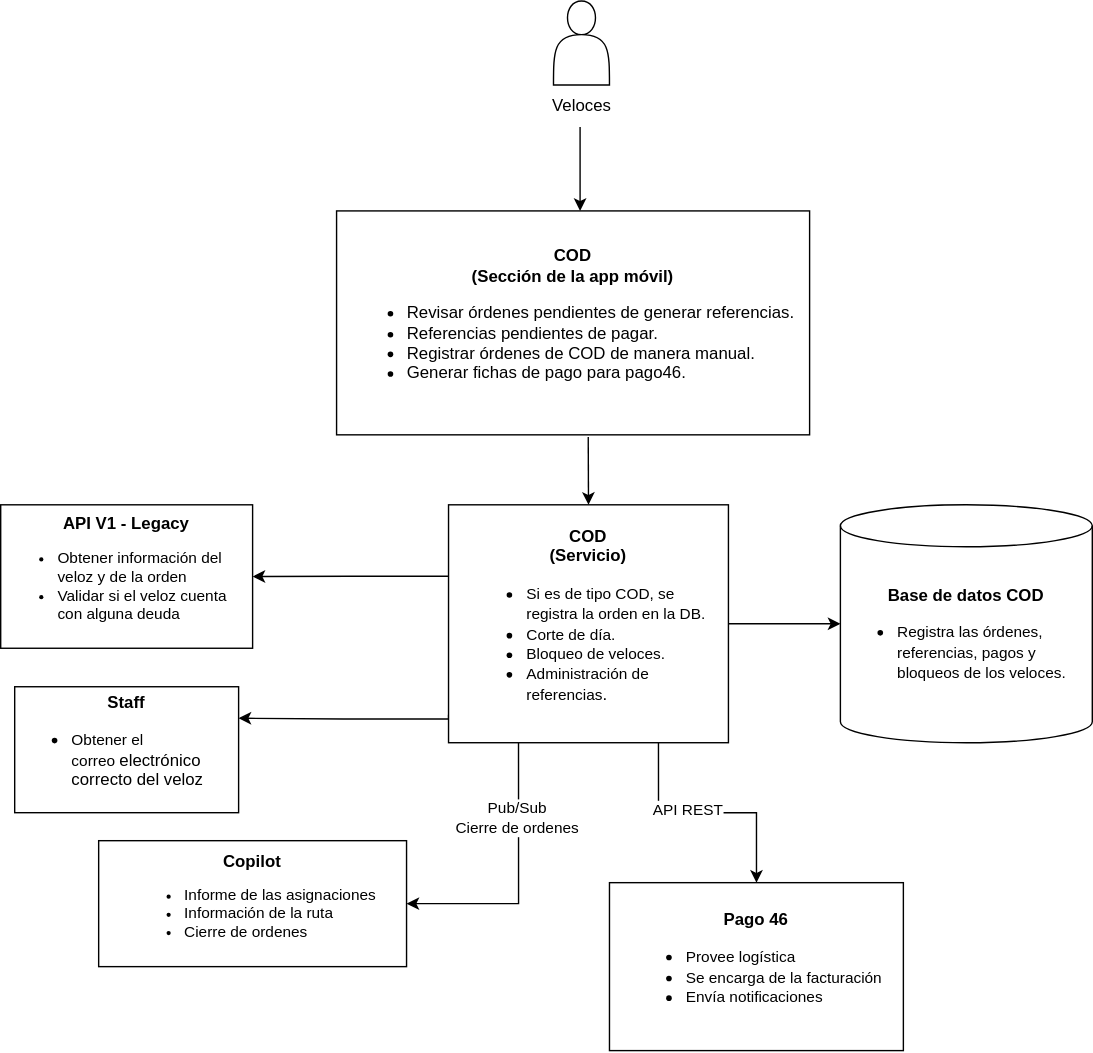
The draw.io diagram Diagrama C1 COD.svg in dani99m/Diagramas, before a commit. Source tidied: cells renumbered, new cells last; positions are measured from the earlier drawing's top-left corner, leaving out a move shared by most shapes.
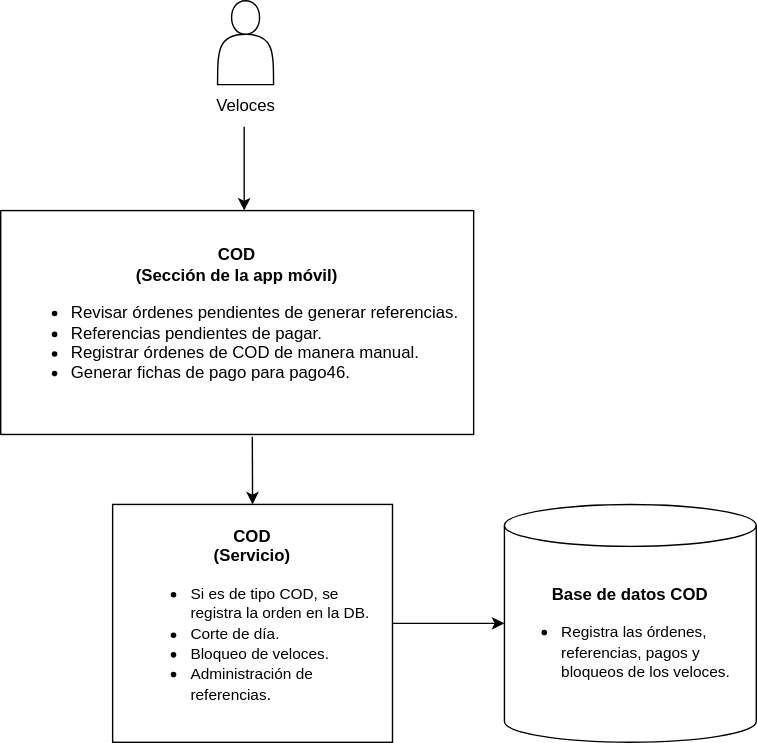
After the change.

The edit, as a diff of the source:
```diff
@@ -26,48 +26,11 @@
     <mxCell id="7" style="edgeStyle=orthogonalEdgeStyle;rounded=0;jettySize=auto;html=1;" parent="1" edge="1" source="14" target="15">
       <mxGeometry relative="1" as="geometry" />
     </mxCell>
-    <mxCell id="8" style="edgeStyle=orthogonalEdgeStyle;rounded=0;jettySize=auto;html=1;fontSize=11;exitX=-0.002;exitY=0.3;exitDx=0;exitDy=0;exitPerimeter=0;" parent="1" edge="1" source="14" target="16">
-      <mxGeometry relative="1" as="geometry" />
-    </mxCell>
-    <mxCell id="9" style="edgeStyle=orthogonalEdgeStyle;rounded=0;jettySize=auto;html=1;exitX=0;exitY=0.882;exitDx=0;exitDy=0;fontSize=11;exitPerimeter=0;entryX=1;entryY=0.25;entryDx=0;entryDy=0;" parent="1" edge="1" source="14" target="17">
-      <mxGeometry relative="1" as="geometry">
-        <Array as="points">
-          <mxPoint x="320" y="513" />
-          <mxPoint x="245" y="513" />
-        </Array>
-      </mxGeometry>
-    </mxCell>
-    <mxCell id="10" style="edgeStyle=orthogonalEdgeStyle;rounded=0;jettySize=auto;html=1;exitX=0.25;exitY=1;exitDx=0;exitDy=0;entryX=1;entryY=0.5;entryDx=0;entryDy=0;fontSize=11;" parent="1" edge="1" source="14" target="18">
-      <mxGeometry relative="1" as="geometry" />
-    </mxCell>
-    <mxCell id="11" value="Pub/Sub&lt;br&gt;Cierre de ordenes" style="edgeLabel;html=1;align=center;verticalAlign=middle;fontSize=11;" parent="10" vertex="1">
-      <mxGeometry x="-0.25" y="-1" relative="1" as="geometry">
-        <mxPoint y="-20" as="offset" />
-      </mxGeometry>
-    </mxCell>
-    <mxCell id="12" style="edgeStyle=orthogonalEdgeStyle;rounded=0;jettySize=auto;html=1;exitX=0.75;exitY=1;exitDx=0;exitDy=0;fontSize=12;" parent="1" edge="1" source="14" target="19">
-      <mxGeometry relative="1" as="geometry" />
-    </mxCell>
-    <mxCell id="13" value="API REST" style="edgeLabel;html=1;align=center;verticalAlign=middle;fontSize=11;" parent="12" vertex="1">
-      <mxGeometry x="-0.17" y="2" relative="1" as="geometry" />
-    </mxCell>
     <mxCell id="14" value="&lt;b&gt;COD&lt;br&gt;(&lt;/b&gt;&lt;b&gt;Servicio&lt;/b&gt;&lt;b&gt;)&lt;br&gt;&lt;/b&gt;&lt;div style=&quot;text-align: left;&quot;&gt;&lt;ul&gt;&lt;li&gt;&lt;span style=&quot;background-color: initial;&quot;&gt;&lt;font style=&quot;font-size: 11px;&quot;&gt;Si es de tipo COD, se &lt;br&gt;registra la orden&amp;nbsp;en la DB.&lt;/font&gt;&lt;/span&gt;&lt;/li&gt;&lt;li&gt;&lt;span style=&quot;background-color: initial;&quot;&gt;&lt;font style=&quot;font-size: 11px;&quot;&gt;Corte de día.&lt;/font&gt;&lt;/span&gt;&lt;/li&gt;&lt;li&gt;&lt;span style=&quot;background-color: initial;&quot;&gt;&lt;font style=&quot;font-size: 11px;&quot;&gt;Bloqueo de veloces.&lt;/font&gt;&lt;/span&gt;&lt;/li&gt;&lt;li&gt;&lt;span style=&quot;background-color: initial;&quot;&gt;&lt;font style=&quot;font-size: 11px;&quot;&gt;Administración de &lt;br&gt;referencias&lt;/font&gt;&lt;/span&gt;.&lt;/li&gt;&lt;/ul&gt;&lt;/div&gt;" style="rounded=0;whiteSpace=wrap;html=1;" parent="1" vertex="1">
       <mxGeometry x="320" y="360" width="200" height="170" as="geometry" />
     </mxCell>
     <mxCell id="15" value="&lt;b&gt;Base de datos COD&lt;/b&gt;&lt;br&gt;&lt;ul&gt;&lt;li style=&quot;text-align: left;&quot;&gt;&lt;font style=&quot;font-size: 11px;&quot;&gt;Registra las órdenes, referencias, pagos&lt;/font&gt;&lt;font style=&quot;font-size: 11px;&quot;&gt;&lt;font style=&quot;&quot;&gt;&amp;nbsp;&lt;/font&gt;y bloqueos de los veloces.&lt;/font&gt;&lt;/li&gt;&lt;/ul&gt;" style="shape=cylinder3;whiteSpace=wrap;html=1;boundedLbl=1;backgroundOutline=1;size=15;" parent="1" vertex="1">
       <mxGeometry x="600" y="360" width="180" height="170" as="geometry" />
     </mxCell>
-    <mxCell id="16" value="&lt;font style=&quot;font-weight: bold; font-size: 12px;&quot;&gt;API V1 - Legacy&lt;/font&gt;&lt;br&gt;&lt;div style=&quot;text-align: left;&quot;&gt;&lt;ul style=&quot;&quot;&gt;&lt;li style=&quot;&quot;&gt;&lt;span style=&quot;background-color: initial;&quot;&gt;Obtener información&amp;nbsp;&lt;/span&gt;del veloz y de la orden&lt;/li&gt;&lt;li style=&quot;&quot;&gt;Validar si el veloz cuenta con alguna deuda&lt;/li&gt;&lt;/ul&gt;&lt;/div&gt;" style="rounded=0;whiteSpace=wrap;html=1;fontSize=11;" parent="1" vertex="1">
-      <mxGeometry y="360" width="180" height="102.5" as="geometry" />
-    </mxCell>
-    <mxCell id="17" value="&lt;b&gt;Staff&lt;/b&gt;&lt;br&gt;&lt;div style=&quot;text-align: left;&quot;&gt;&lt;ul&gt;&lt;li&gt;&lt;span style=&quot;background-color: initial;&quot;&gt;&lt;font style=&quot;font-size: 11px;&quot;&gt;Obtener el correo&amp;nbsp;&lt;/font&gt;&lt;/span&gt;electrónico correcto del veloz&lt;/li&gt;&lt;/ul&gt;&lt;/div&gt;" style="rounded=0;whiteSpace=wrap;html=1;fontSize=12;" parent="1" vertex="1">
-      <mxGeometry x="10" y="490" width="160" height="90" as="geometry" />
-    </mxCell>
-    <mxCell id="18" value="&lt;font style=&quot;font-size: 12px;&quot;&gt;&lt;b&gt;Copilot&lt;/b&gt;&lt;/font&gt;&lt;br&gt;&lt;ul&gt;&lt;li style=&quot;text-align: left;&quot;&gt;Informe de las asignaciones&lt;/li&gt;&lt;li style=&quot;text-align: left;&quot;&gt;Información de la ruta&lt;/li&gt;&lt;li style=&quot;text-align: left;&quot;&gt;Cierre de ordenes&lt;/li&gt;&lt;/ul&gt;" style="rounded=0;whiteSpace=wrap;html=1;fontSize=11;" parent="1" vertex="1">
-      <mxGeometry x="70" y="600" width="220" height="90" as="geometry" />
-    </mxCell>
-    <mxCell id="19" value="&lt;b&gt;Pago 46&lt;br&gt;&lt;/b&gt;&lt;ul&gt;&lt;li style=&quot;text-align: left;&quot;&gt;&lt;font style=&quot;font-size: 11px;&quot;&gt;Provee logística&lt;/font&gt;&lt;/li&gt;&lt;li style=&quot;text-align: left;&quot;&gt;&lt;font style=&quot;font-size: 11px;&quot;&gt;Se encarga de la facturación&lt;/font&gt;&lt;/li&gt;&lt;li style=&quot;text-align: left;&quot;&gt;&lt;font style=&quot;font-size: 11px;&quot;&gt;Envía notificaciones&lt;/font&gt;&lt;/li&gt;&lt;/ul&gt;" style="rounded=0;whiteSpace=wrap;html=1;fontSize=12;" parent="1" vertex="1">
-      <mxGeometry x="435" y="630" width="210" height="120" as="geometry" />
-    </mxCell>
   </root>
 </mxGraphModel>
```
